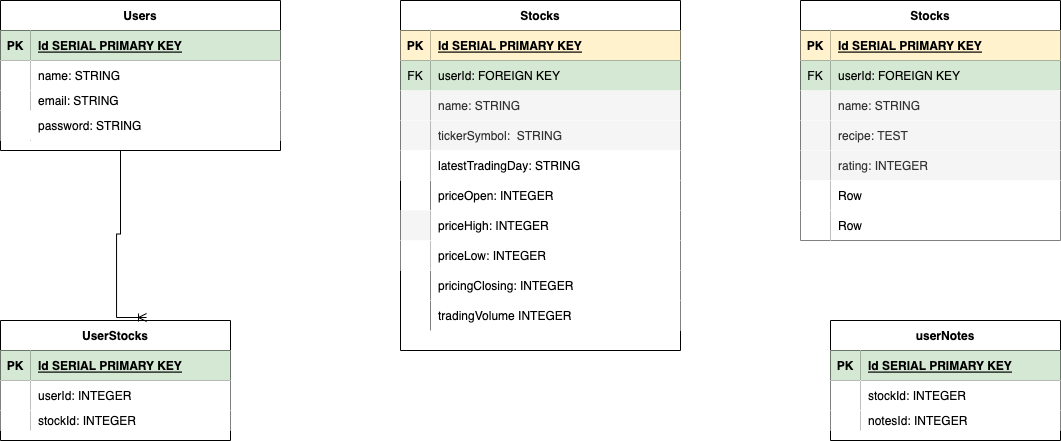
Professorsurf/Project-2 keeps this draw.io diagram as ERD.drawio.png. Above is the earlier version. Source tidied: cells renumbered, new cells last; positions are measured from the earlier drawing's top-left corner, leaving out a move shared by most shapes.
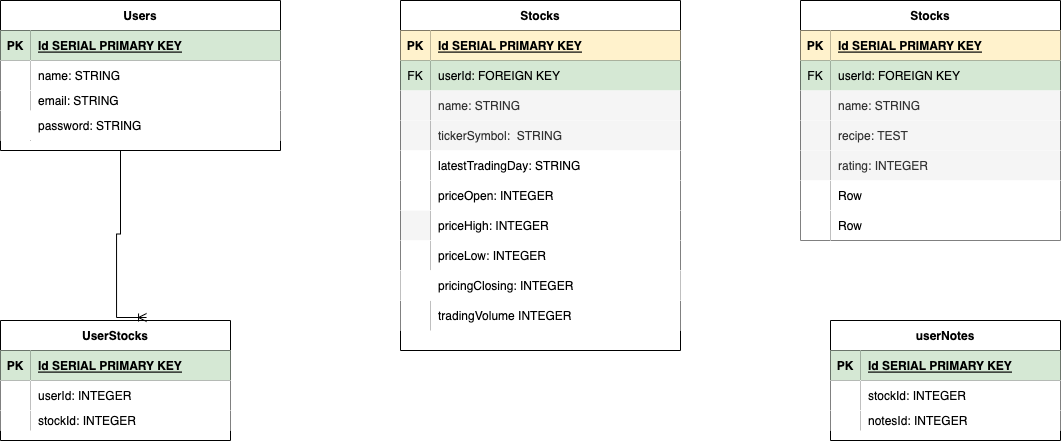
The same file after the commit.

Diff of the diagram source:
```diff
@@ -92,7 +92,7 @@
     <mxCell id="31" style="shape=tableRow;horizontal=0;startSize=0;swimlaneHead=0;swimlaneBody=0;fillColor=none;top=0;left=0;right=0;bottom=0;" parent="15" vertex="1">
       <mxGeometry y="180" width="280" height="30" as="geometry" />
     </mxCell>
-    <mxCell id="32" style="shape=partialRectangle;fillColor=none;top=0;left=0;bottom=0;right=0;overflow=hidden;" parent="31" vertex="1">
+    <mxCell id="32" style="shape=partialRectangle;top=0;left=0;bottom=0;right=0;overflow=hidden;" parent="31" vertex="1">
       <mxGeometry width="30" height="30" as="geometry" />
     </mxCell>
     <mxCell id="33" value="priceOpen: INTEGER" style="shape=partialRectangle;top=0;left=0;bottom=0;right=0;align=left;spacingLeft=6;overflow=hidden;" parent="31" vertex="1">
@@ -116,10 +116,10 @@
     <mxCell id="39" value="priceLow: INTEGER" style="shape=partialRectangle;top=0;left=0;bottom=0;right=0;align=left;spacingLeft=6;overflow=hidden;rounded=0;" parent="37" vertex="1">
       <mxGeometry x="30" width="250" height="30" as="geometry" />
     </mxCell>
-    <mxCell id="40" style="shape=tableRow;horizontal=0;startSize=0;swimlaneHead=0;swimlaneBody=0;fillColor=none;top=0;left=0;right=0;bottom=0;" parent="15" vertex="1">
+    <mxCell id="40" style="shape=tableRow;horizontal=0;startSize=0;swimlaneHead=0;swimlaneBody=0;top=0;left=0;right=0;bottom=0;" parent="15" vertex="1">
       <mxGeometry y="270" width="280" height="30" as="geometry" />
     </mxCell>
-    <mxCell id="41" style="shape=partialRectangle;fillColor=none;top=0;left=0;bottom=0;right=0;overflow=hidden;" parent="40" vertex="1">
+    <mxCell id="41" style="shape=partialRectangle;top=0;left=0;bottom=0;right=0;overflow=hidden;" parent="40" vertex="1">
       <mxGeometry width="30" height="30" as="geometry" />
     </mxCell>
     <mxCell id="42" value="pricingClosing: INTEGER" style="shape=partialRectangle;top=0;left=0;bottom=0;right=0;align=left;spacingLeft=6;overflow=hidden;" parent="40" vertex="1">
@@ -128,7 +128,7 @@
     <mxCell id="43" style="shape=tableRow;horizontal=0;startSize=0;swimlaneHead=0;swimlaneBody=0;fillColor=none;top=0;left=0;right=0;bottom=0;" parent="15" vertex="1">
       <mxGeometry y="300" width="280" height="30" as="geometry" />
     </mxCell>
-    <mxCell id="44" style="shape=partialRectangle;fillColor=none;top=0;left=0;bottom=0;right=0;overflow=hidden;" parent="43" vertex="1">
+    <mxCell id="44" style="shape=partialRectangle;top=0;left=0;bottom=0;right=0;overflow=hidden;" parent="43" vertex="1">
       <mxGeometry width="30" height="30" as="geometry" />
     </mxCell>
     <mxCell id="45" value="tradingVolume INTEGER" style="shape=partialRectangle;top=0;left=0;bottom=0;right=0;align=left;spacingLeft=6;overflow=hidden;" parent="43" vertex="1">
```
